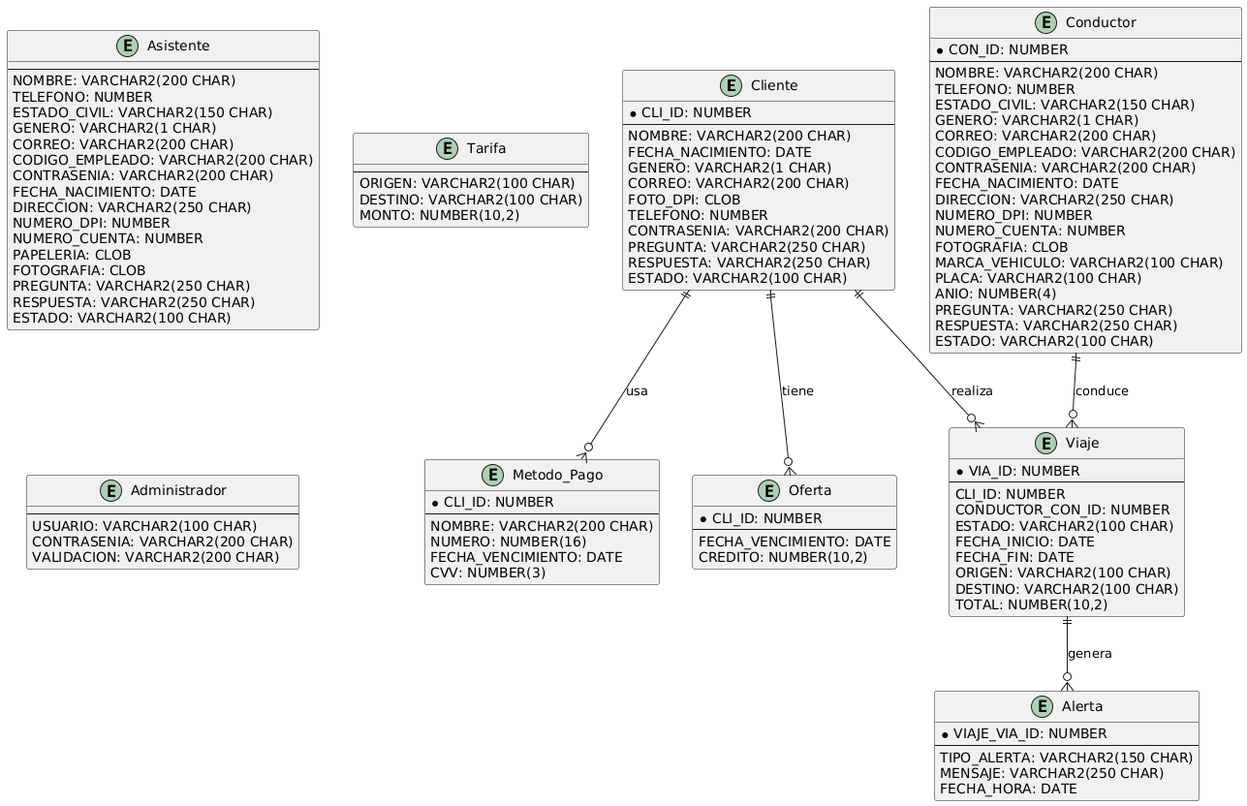
The PlantUML diagram documentacion/diagramas/base_de_datos/modelo_conceptual.png in 2730538920101/AYD2_PROYECTO_G2, before a commit.
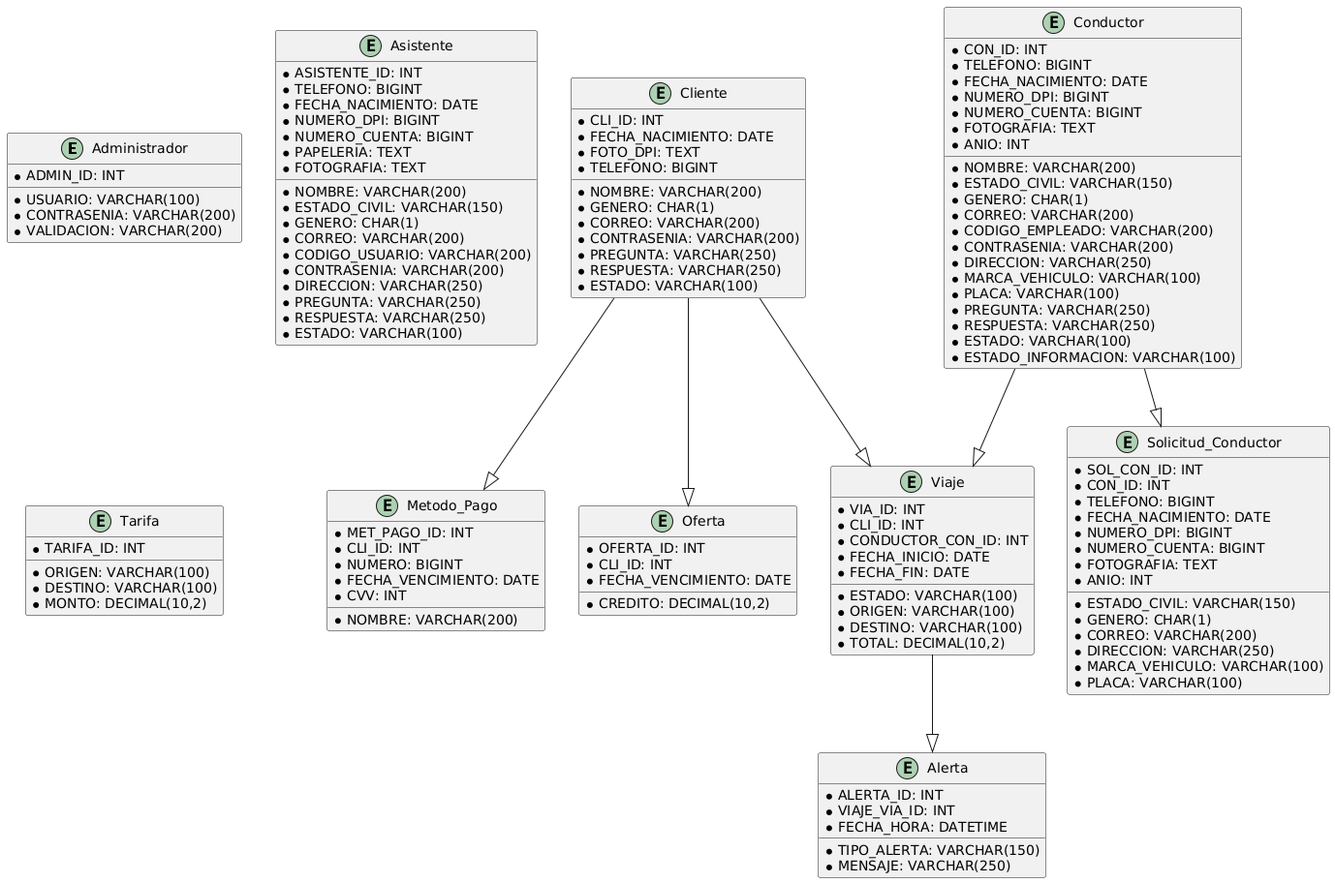
After the commit.

Diff of the diagram source:
```diff
@@ -1,116 +1,132 @@
 @startuml
-entity Cliente {
-    * CLI_ID: NUMBER
-    --
-    NOMBRE: VARCHAR2(200 CHAR)
-    FECHA_NACIMIENTO: DATE
-    GENERO: VARCHAR2(1 CHAR)
-    CORREO: VARCHAR2(200 CHAR)
-    FOTO_DPI: CLOB
-    TELEFONO: NUMBER
-    CONTRASENIA: VARCHAR2(200 CHAR)
-    PREGUNTA: VARCHAR2(250 CHAR)
-    RESPUESTA: VARCHAR2(250 CHAR)
-    ESTADO: VARCHAR2(100 CHAR)
+entity "Administrador" as Administrador {
+  * ADMIN_ID: INT
+  * USUARIO: VARCHAR(100)
+  * CONTRASENIA: VARCHAR(200)
+  * VALIDACION: VARCHAR(200)
 }
 
-entity Metodo_Pago {
-    * CLI_ID: NUMBER
-    --
-    NOMBRE: VARCHAR2(200 CHAR)
-    NUMERO: NUMBER(16)
-    FECHA_VENCIMIENTO: DATE
-    CVV: NUMBER(3)
+entity "Asistente" as Asistente {
+  * ASISTENTE_ID: INT
+  * NOMBRE: VARCHAR(200)
+  * TELEFONO: BIGINT
+  * ESTADO_CIVIL: VARCHAR(150)
+  * GENERO: CHAR(1)
+  * CORREO: VARCHAR(200)
+  * CODIGO_USUARIO: VARCHAR(200)
+  * CONTRASENIA: VARCHAR(200)
+  * FECHA_NACIMIENTO: DATE
+  * DIRECCION: VARCHAR(250)
+  * NUMERO_DPI: BIGINT
+  * NUMERO_CUENTA: BIGINT
+  * PAPELERIA: TEXT
+  * FOTOGRAFIA: TEXT
+  * PREGUNTA: VARCHAR(250)
+  * RESPUESTA: VARCHAR(250)
+  * ESTADO: VARCHAR(100)
 }
 
-entity Oferta {
-    * CLI_ID: NUMBER
-    --
-    FECHA_VENCIMIENTO: DATE
-    CREDITO: NUMBER(10,2)
+entity "Cliente" as Cliente {
+  * CLI_ID: INT
+  * NOMBRE: VARCHAR(200)
+  * FECHA_NACIMIENTO: DATE
+  * GENERO: CHAR(1)
+  * CORREO: VARCHAR(200)
+  * FOTO_DPI: TEXT
+  * TELEFONO: BIGINT
+  * CONTRASENIA: VARCHAR(200)
+  * PREGUNTA: VARCHAR(250)
+  * RESPUESTA: VARCHAR(250)
+  * ESTADO: VARCHAR(100)
 }
 
-entity Viaje {
-    * VIA_ID: NUMBER
-    --
-    CLI_ID: NUMBER
-    CONDUCTOR_CON_ID: NUMBER
-    ESTADO: VARCHAR2(100 CHAR)
-    FECHA_INICIO: DATE
-    FECHA_FIN: DATE
-    ORIGEN: VARCHAR2(100 CHAR)
-    DESTINO: VARCHAR2(100 CHAR)
-    TOTAL: NUMBER(10,2)
+entity "Metodo_Pago" as Metodo_Pago {
+  * MET_PAGO_ID: INT
+  * CLI_ID: INT
+  * NOMBRE: VARCHAR(200)
+  * NUMERO: BIGINT
+  * FECHA_VENCIMIENTO: DATE
+  * CVV: INT
 }
 
-entity Conductor {
-    * CON_ID: NUMBER
-    --
-    NOMBRE: VARCHAR2(200 CHAR)
-    TELEFONO: NUMBER
-    ESTADO_CIVIL: VARCHAR2(150 CHAR)
-    GENERO: VARCHAR2(1 CHAR)
-    CORREO: VARCHAR2(200 CHAR)
-    CODIGO_EMPLEADO: VARCHAR2(200 CHAR)
-    CONTRASENIA: VARCHAR2(200 CHAR)
-    FECHA_NACIMIENTO: DATE
-    DIRECCION: VARCHAR2(250 CHAR)
-    NUMERO_DPI: NUMBER
-    NUMERO_CUENTA: NUMBER
-    FOTOGRAFIA: CLOB
-    MARCA_VEHICULO: VARCHAR2(100 CHAR)
-    PLACA: VARCHAR2(100 CHAR)
-    ANIO: NUMBER(4)
-    PREGUNTA: VARCHAR2(250 CHAR)
-    RESPUESTA: VARCHAR2(250 CHAR)
-    ESTADO: VARCHAR2(100 CHAR)
+entity "Oferta" as Oferta {
+  * OFERTA_ID: INT
+  * CLI_ID: INT
+  * FECHA_VENCIMIENTO: DATE
+  * CREDITO: DECIMAL(10,2)
 }
 
-entity Alerta {
-    * VIAJE_VIA_ID: NUMBER
-    --
-    TIPO_ALERTA: VARCHAR2(150 CHAR)
-    MENSAJE: VARCHAR2(250 CHAR)
-    FECHA_HORA: DATE
+entity "Conductor" as Conductor {
+  * CON_ID: INT
+  * NOMBRE: VARCHAR(200)
+  * TELEFONO: BIGINT
+  * ESTADO_CIVIL: VARCHAR(150)
+  * GENERO: CHAR(1)
+  * CORREO: VARCHAR(200)
+  * CODIGO_EMPLEADO: VARCHAR(200)
+  * CONTRASENIA: VARCHAR(200)
+  * FECHA_NACIMIENTO: DATE
+  * DIRECCION: VARCHAR(250)
+  * NUMERO_DPI: BIGINT
+  * NUMERO_CUENTA: BIGINT
+  * FOTOGRAFIA: TEXT
+  * MARCA_VEHICULO: VARCHAR(100)
+  * PLACA: VARCHAR(100)
+  * ANIO: INT
+  * PREGUNTA: VARCHAR(250)
+  * RESPUESTA: VARCHAR(250)
+  * ESTADO: VARCHAR(100)
+  * ESTADO_INFORMACION: VARCHAR(100)
 }
 
-entity Asistente {
-    --
-    NOMBRE: VARCHAR2(200 CHAR)
-    TELEFONO: NUMBER
-    ESTADO_CIVIL: VARCHAR2(150 CHAR)
-    GENERO: VARCHAR2(1 CHAR)
-    CORREO: VARCHAR2(200 CHAR)
-    CODIGO_EMPLEADO: VARCHAR2(200 CHAR)
-    CONTRASENIA: VARCHAR2(200 CHAR)
-    FECHA_NACIMIENTO: DATE
-    DIRECCION: VARCHAR2(250 CHAR)
-    NUMERO_DPI: NUMBER
-    NUMERO_CUENTA: NUMBER
-    PAPELERIA: CLOB
-    FOTOGRAFIA: CLOB
-    PREGUNTA: VARCHAR2(250 CHAR)
-    RESPUESTA: VARCHAR2(250 CHAR)
-    ESTADO: VARCHAR2(100 CHAR)
+entity "Solicitud_Conductor" as Solicitud_Conductor {
+  * SOL_CON_ID: INT
+  * CON_ID: INT
+  * TELEFONO: BIGINT
+  * ESTADO_CIVIL: VARCHAR(150)
+  * GENERO: CHAR(1)
+  * CORREO: VARCHAR(200)
+  * FECHA_NACIMIENTO: DATE
+  * DIRECCION: VARCHAR(250)
+  * NUMERO_DPI: BIGINT
+  * NUMERO_CUENTA: BIGINT
+  * FOTOGRAFIA: TEXT
+  * MARCA_VEHICULO: VARCHAR(100)
+  * PLACA: VARCHAR(100)
+  * ANIO: INT
 }
 
-entity Tarifa {
-    --
-    ORIGEN: VARCHAR2(100 CHAR)
-    DESTINO: VARCHAR2(100 CHAR)
-    MONTO: NUMBER(10,2)
+entity "Viaje" as Viaje {
+  * VIA_ID: INT
+  * CLI_ID: INT
+  * CONDUCTOR_CON_ID: INT
+  * ESTADO: VARCHAR(100)
+  * FECHA_INICIO: DATE
+  * FECHA_FIN: DATE
+  * ORIGEN: VARCHAR(100)
+  * DESTINO: VARCHAR(100)
+  * TOTAL: DECIMAL(10,2)
 }
 
-entity Administrador {
-    --
-    USUARIO: VARCHAR2(100 CHAR)
-    CONTRASENIA: VARCHAR2(200 CHAR)
-    VALIDACION: VARCHAR2(200 CHAR)
+entity "Alerta" as Alerta {
+  * ALERTA_ID: INT
+  * VIAJE_VIA_ID: INT
+  * TIPO_ALERTA: VARCHAR(150)
+  * MENSAJE: VARCHAR(250)
+  * FECHA_HORA: DATETIME
 }
 
-Cliente ||--o{ Metodo_Pago : "usa"
-Cliente ||--o{ Oferta : "tiene"
-Cliente ||--o{ Viaje : "realiza"
-Viaje ||--o{ Alerta : "genera"
-Conductor ||--o{ Viaje : "conduce"
+entity "Tarifa" as Tarifa {
+  * TARIFA_ID: INT
+  * ORIGEN: VARCHAR(100)
+  * DESTINO: VARCHAR(100)
+  * MONTO: DECIMAL(10,2)
+}
+
+Cliente --|> Metodo_Pago
+Cliente --|> Oferta
+Cliente --|> Viaje
+Conductor --|> Viaje
+Viaje --|> Alerta
+Conductor --|> Solicitud_Conductor
 @enduml
```
